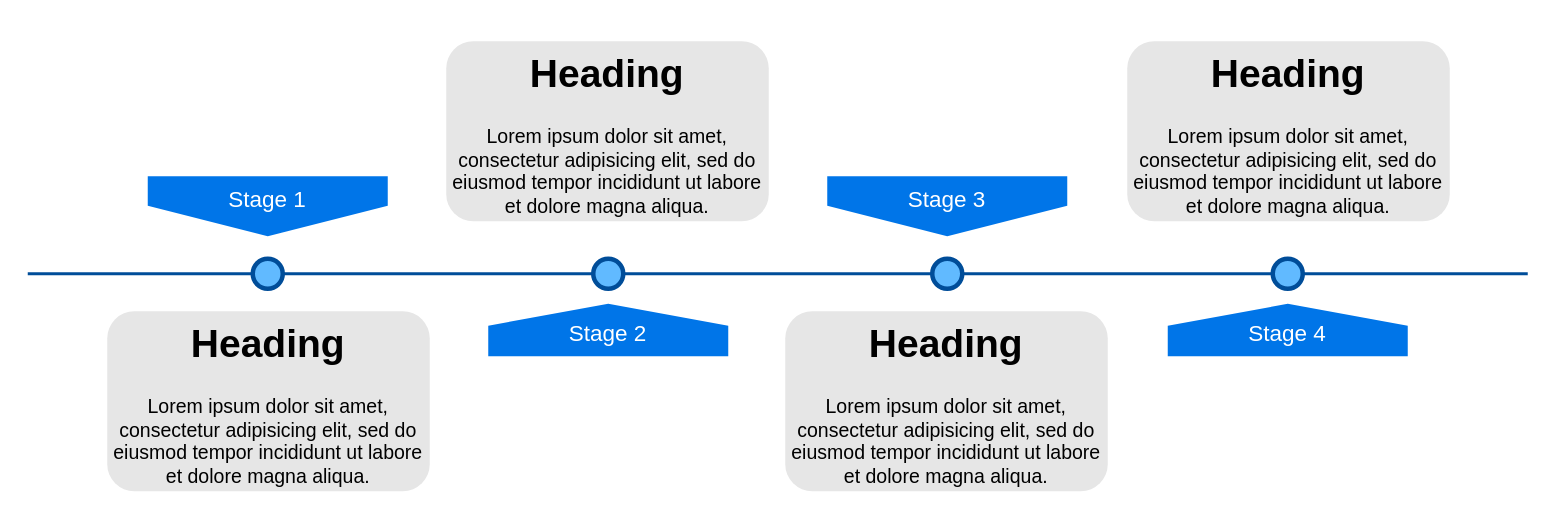
This is Untitled Diagram.drawio from GoDeepa/diagramnet, a draw.io file, before an edit. Source tidied: cells renumbered, new cells numbered last; positions are measured from the earlier drawing's top-left corner, leaving out a move shared by most shapes. Both pictures are drawn from the tidied source at 150%, with x=0, y=0 at pixel (27, 40).
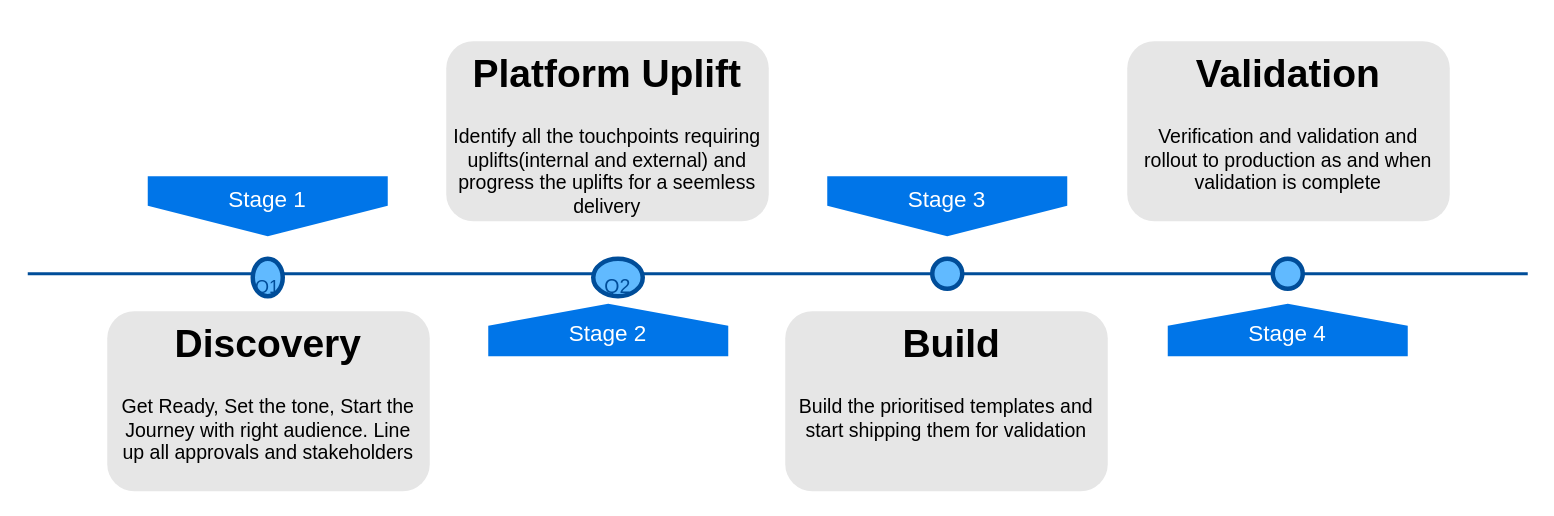
Above is the later version.

Commit message:
four stage delivery plan

What changed in the source:
```diff
@@
 <mxGraphModel>
   <root>
     <mxCell id="0" />
     <mxCell id="1" parent="0" />
     <mxCell id="2" style="line;strokeWidth=2;html=1;fillColor=none;fontSize=28;fontColor=#004D99;strokeColor=#004D99;" parent="1" vertex="1">
       <mxGeometry y="150" width="1000" height="10" as="geometry" />
     </mxCell>
     <mxCell id="3" value="Stage 1" style="shape=offPageConnector;whiteSpace=wrap;html=1;fillColor=#0075E8;fontSize=15;fontColor=#FFFFFF;size=0.5093750000000015;verticalAlign=top;strokeColor=none;" parent="1" vertex="1">
       <mxGeometry x="80" y="90" width="160" height="40" as="geometry" />
     </mxCell>
     <mxCell id="4" value="&lt;span&gt;Stage 3&lt;/span&gt;" style="shape=offPageConnector;whiteSpace=wrap;html=1;fillColor=#0075E8;fontSize=15;fontColor=#FFFFFF;size=0.5093750000000015;verticalAlign=top;strokeColor=none;" parent="1" vertex="1">
       <mxGeometry x="533" y="90" width="160" height="40" as="geometry" />
     </mxCell>
     <mxCell id="5" value="&lt;span&gt;Stage 2&lt;/span&gt;" style="shape=offPageConnector;whiteSpace=wrap;html=1;fillColor=#0075E8;fontSize=15;fontColor=#FFFFFF;size=0.4178571428571445;flipV=1;verticalAlign=bottom;strokeColor=none;spacingBottom=4;" parent="1" vertex="1">
       <mxGeometry x="307" y="175" width="160" height="35" as="geometry" />
     </mxCell>
     <mxCell id="6" value="&lt;span&gt;Stage 4&lt;/span&gt;" style="shape=offPageConnector;whiteSpace=wrap;html=1;fillColor=#0075E8;fontSize=15;fontColor=#FFFFFF;size=0.4178571428571445;flipV=1;verticalAlign=bottom;strokeColor=none;spacingBottom=4;" parent="1" vertex="1">
       <mxGeometry x="760" y="175" width="160" height="35" as="geometry" />
     </mxCell>
-    <mxCell id="7" style="ellipse;whiteSpace=wrap;html=1;fillColor=#61BAFF;fontSize=28;fontColor=#004D99;strokeWidth=3;strokeColor=#004D99;" parent="1" vertex="1">
-      <mxGeometry x="150" y="145" width="20" height="20" as="geometry" />
+    <mxCell id="7" value="&lt;font style=&quot;font-size: 12px&quot;&gt;Q1&lt;/font&gt;" style="ellipse;whiteSpace=wrap;html=1;fillColor=#61BAFF;fontSize=28;fontColor=#004D99;strokeWidth=3;strokeColor=#004D99;" parent="1" vertex="1">
+      <mxGeometry x="150" y="145" width="20" height="25" as="geometry" />
     </mxCell>
-    <mxCell id="8" style="ellipse;whiteSpace=wrap;html=1;fillColor=#61BAFF;fontSize=28;fontColor=#004D99;strokeWidth=3;strokeColor=#004D99;" parent="1" vertex="1">
-      <mxGeometry x="377" y="145" width="20" height="20" as="geometry" />
+    <mxCell id="8" value="&lt;font style=&quot;font-size: 13px&quot;&gt;Q2&lt;/font&gt;" style="ellipse;whiteSpace=wrap;html=1;fillColor=#61BAFF;fontSize=28;fontColor=#004D99;strokeWidth=3;strokeColor=#004D99;" parent="1" vertex="1">
+      <mxGeometry x="377" y="145" width="33" height="25" as="geometry" />
     </mxCell>
     <mxCell id="9" style="ellipse;whiteSpace=wrap;html=1;fillColor=#61BAFF;fontSize=28;fontColor=#004D99;strokeWidth=3;strokeColor=#004D99;" parent="1" vertex="1">
       <mxGeometry x="603" y="145" width="20" height="20" as="geometry" />
     </mxCell>
     <mxCell id="10" style="ellipse;whiteSpace=wrap;html=1;fillColor=#61BAFF;fontSize=28;fontColor=#004D99;strokeWidth=3;strokeColor=#004D99;" parent="1" vertex="1">
       <mxGeometry x="830" y="145" width="20" height="20" as="geometry" />
     </mxCell>
-    <mxCell id="11" value="&lt;h1&gt;Heading&lt;/h1&gt;&lt;p&gt;Lorem ipsum dolor sit amet, consectetur adipisicing elit, sed do eiusmod tempor incididunt ut labore et dolore magna aliqua.&lt;/p&gt;" style="text;html=1;spacing=5;spacingTop=-20;whiteSpace=wrap;overflow=hidden;strokeColor=none;strokeWidth=3;fillColor=#E6E6E6;fontSize=13;fontColor=#000000;align=center;rounded=1;" parent="1" vertex="1">
+    <mxCell id="11" value="&lt;h1&gt;Discovery&lt;/h1&gt;&lt;p&gt;Get Ready, Set the tone, Start the Journey with right audience. Line up all approvals and stakeholders&lt;/p&gt;" style="text;html=1;spacing=5;spacingTop=-20;whiteSpace=wrap;overflow=hidden;strokeColor=none;strokeWidth=3;fillColor=#E6E6E6;fontSize=13;fontColor=#000000;align=center;rounded=1;" parent="1" vertex="1">
       <mxGeometry x="53" y="180" width="215" height="120" as="geometry" />
     </mxCell>
-    <mxCell id="12" value="&lt;h1&gt;Heading&lt;/h1&gt;&lt;p&gt;Lorem ipsum dolor sit amet, consectetur adipisicing elit, sed do eiusmod tempor incididunt ut labore et dolore magna aliqua.&lt;/p&gt;" style="text;html=1;spacing=5;spacingTop=-20;whiteSpace=wrap;overflow=hidden;strokeColor=none;strokeWidth=3;fillColor=#E6E6E6;fontSize=13;fontColor=#000000;align=center;rounded=1;" parent="1" vertex="1">
+    <mxCell id="12" value="&lt;h1&gt;Platform Uplift&lt;/h1&gt;&lt;p&gt;Identify all the touchpoints requiring uplifts(internal and external) and progress the uplifts for a seemless delivery&lt;/p&gt;" style="text;html=1;spacing=5;spacingTop=-20;whiteSpace=wrap;overflow=hidden;strokeColor=none;strokeWidth=3;fillColor=#E6E6E6;fontSize=13;fontColor=#000000;align=center;rounded=1;" parent="1" vertex="1">
       <mxGeometry x="279" width="215" height="120" as="geometry" />
     </mxCell>
-    <mxCell id="13" value="&lt;h1&gt;Heading&lt;/h1&gt;&lt;p&gt;Lorem ipsum dolor sit amet, consectetur adipisicing elit, sed do eiusmod tempor incididunt ut labore et dolore magna aliqua.&lt;/p&gt;" style="text;html=1;spacing=5;spacingTop=-20;whiteSpace=wrap;overflow=hidden;strokeColor=none;strokeWidth=3;fillColor=#E6E6E6;fontSize=13;fontColor=#000000;align=center;rounded=1;" parent="1" vertex="1">
+    <mxCell id="13" value="&lt;h1&gt;&amp;nbsp;Build&lt;/h1&gt;&lt;p&gt;Build the prioritised templates and start shipping them for validation&lt;/p&gt;" style="text;html=1;spacing=5;spacingTop=-20;whiteSpace=wrap;overflow=hidden;strokeColor=none;strokeWidth=3;fillColor=#E6E6E6;fontSize=13;fontColor=#000000;align=center;rounded=1;" parent="1" vertex="1">
       <mxGeometry x="505" y="180" width="215" height="120" as="geometry" />
     </mxCell>
-    <mxCell id="14" value="&lt;h1&gt;Heading&lt;/h1&gt;&lt;p&gt;Lorem ipsum dolor sit amet, consectetur adipisicing elit, sed do eiusmod tempor incididunt ut labore et dolore magna aliqua.&lt;/p&gt;" style="text;html=1;spacing=5;spacingTop=-20;whiteSpace=wrap;overflow=hidden;strokeColor=none;strokeWidth=3;fillColor=#E6E6E6;fontSize=13;fontColor=#000000;align=center;rounded=1;" parent="1" vertex="1">
+    <mxCell id="14" value="&lt;h1&gt;Validation&lt;/h1&gt;&lt;p&gt;Verification and validation and rollout to production as and when validation is complete&lt;/p&gt;" style="text;html=1;spacing=5;spacingTop=-20;whiteSpace=wrap;overflow=hidden;strokeColor=none;strokeWidth=3;fillColor=#E6E6E6;fontSize=13;fontColor=#000000;align=center;rounded=1;" parent="1" vertex="1">
       <mxGeometry x="733" width="215" height="120" as="geometry" />
     </mxCell>
   </root>
 </mxGraphModel>
```
